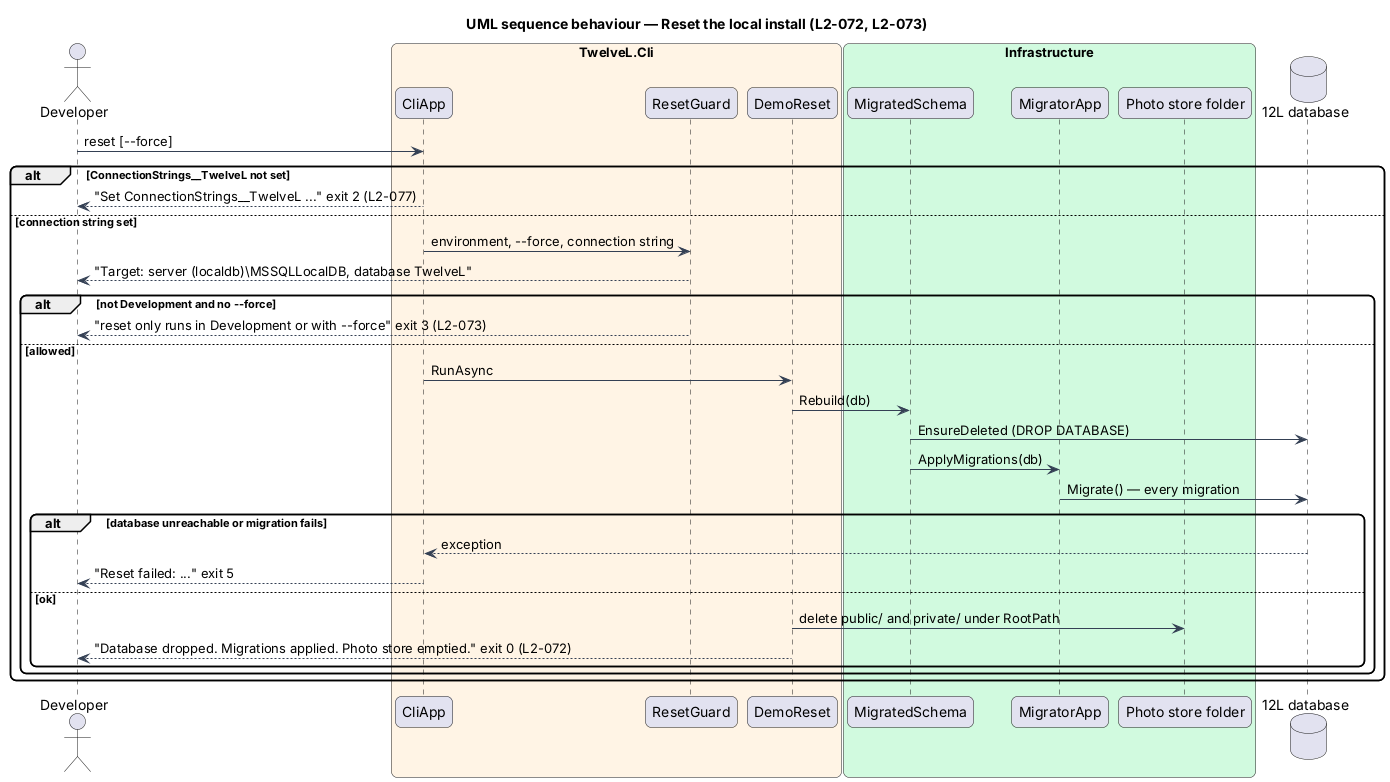
The PlantUML diagram docs/detailed-designs/platform/seed-demo-data/diagrams/sequence-reset.png in QuinntyneBrown/12l, before a commit. Its diagram source:
```plantuml
@startuml
title UML sequence behaviour — Reset the local install (L2-072, L2-073)
skinparam backgroundColor #FFFFFF
skinparam shadowing false
skinparam roundcorner 12
skinparam defaultFontName Arial
skinparam ArrowColor #344054
actor "Developer" as dev
box "TwelveL.Cli" #FFF4E5
  participant "CliApp" as cli
  participant "ResetGuard" as guard
  participant "DemoReset" as reset
end box
box "Infrastructure" #D1FADF
  participant "MigratedSchema" as schema
  participant "MigratorApp" as mig
  participant "Photo store folder" as store
end box
database "12L database" as sql
dev -> cli : reset [--force]
alt ConnectionStrings__TwelveL not set
  cli --> dev : "Set ConnectionStrings__TwelveL ..." exit 2 (L2-077)
else connection string set
  cli -> guard : environment, --force, connection string
  guard --> dev : "Target: server (localdb)\\MSSQLLocalDB, database TwelveL"
  alt not Development and no --force
    guard --> dev : "reset only runs in Development or with --force" exit 3 (L2-073)
  else allowed
    cli -> reset : RunAsync
    reset -> schema : Rebuild(db)
    schema -> sql : EnsureDeleted (DROP DATABASE)
    schema -> mig : ApplyMigrations(db)
    mig -> sql : Migrate() — every migration
    alt database unreachable or migration fails
      sql --> cli : exception
      cli --> dev : "Reset failed: ..." exit 5
    else ok
      reset -> store : delete public/ and private/ under RootPath
      reset --> dev : "Database dropped. Migrations applied. Photo store emptied." exit 0 (L2-072)
    end
  end
end
@enduml
```
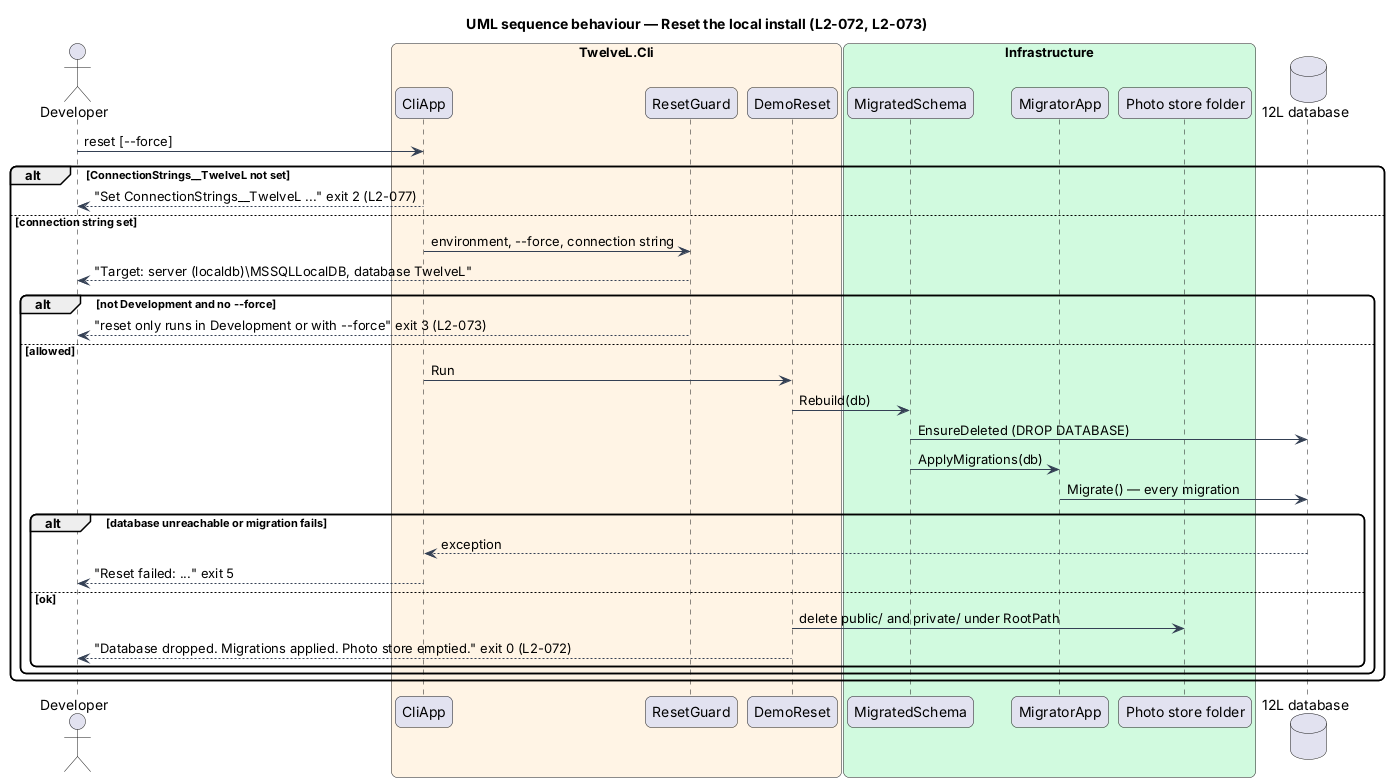
After the change.

Change to the diagram source:
```diff
@@ -26,7 +26,7 @@
   alt not Development and no --force
     guard --> dev : "reset only runs in Development or with --force" exit 3 (L2-073)
   else allowed
-    cli -> reset : RunAsync
+    cli -> reset : Run
     reset -> schema : Rebuild(db)
     schema -> sql : EnsureDeleted (DROP DATABASE)
     schema -> mig : ApplyMigrations(db)
```
